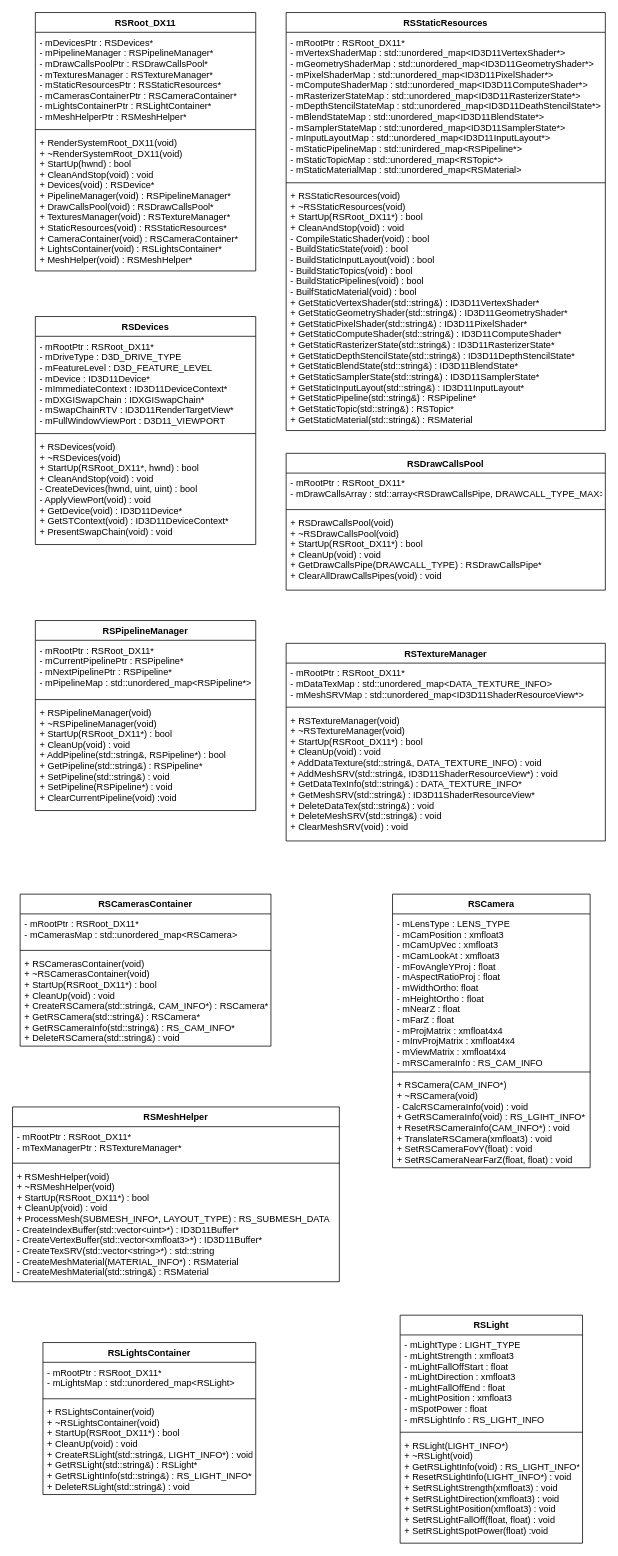
HIBICUS-CAI/PreWorkRenderEngine keeps this draw.io diagram as page "Root" (4 of 5) of Render.drawio. Above is the earlier version. Source tidied: cells renumbered, new cells numbered last; positions are measured from the earlier drawing's top-left corner, leaving out a move shared by most shapes. Both pictures are drawn from the tidied source at 76%, with x=0, y=0 at pixel (12, 12).
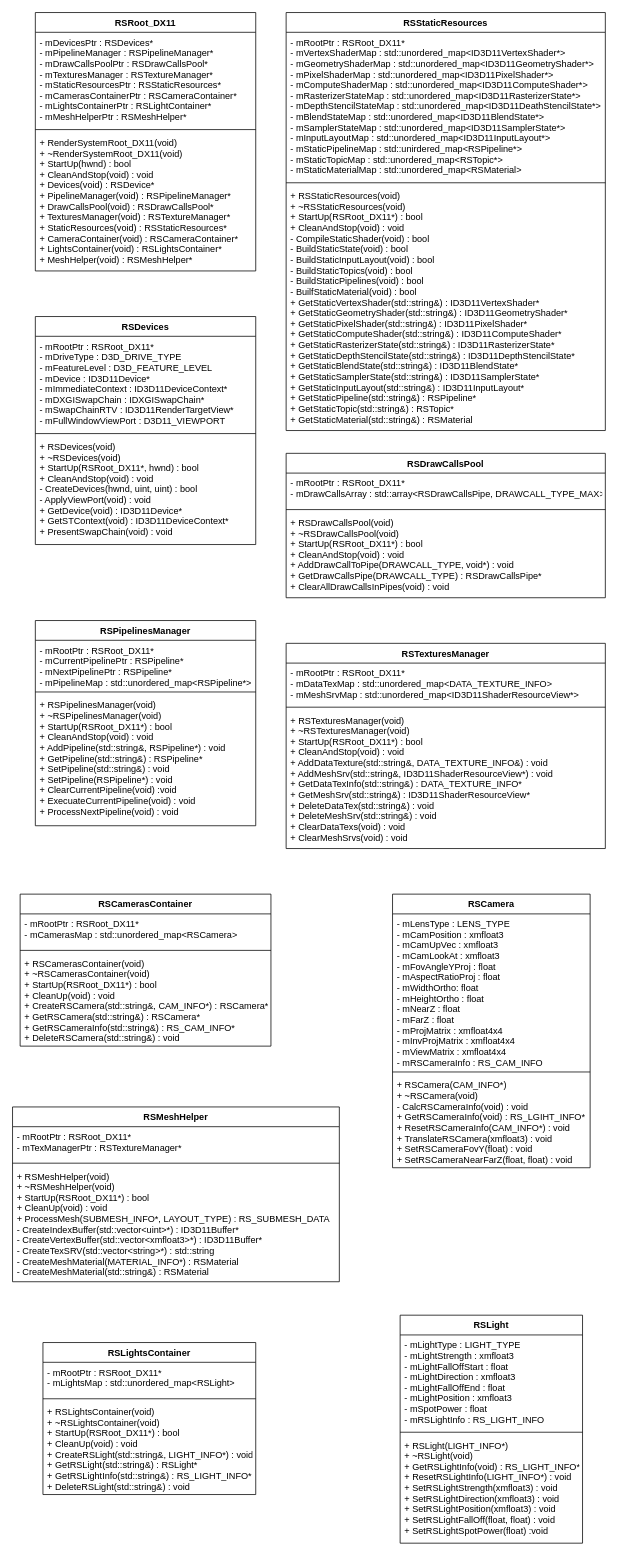
The same page after the edit.

The edit, as a diff of the source:
```diff
@@
-    <mxCell id="14" value="RSPipelineManager" style="swimlane;fontStyle=1;align=center;verticalAlign=top;horizontal=1;startSize=26;" parent="1" vertex="1">
-      <mxGeometry x="30" y="800" width="290" height="250" as="geometry" />
+    <mxCell id="14" value="RSPipelinesManager" style="swimlane;fontStyle=1;align=center;verticalAlign=top;horizontal=1;startSize=26;" parent="1" vertex="1">
+      <mxGeometry x="30" y="800" width="290" height="270" as="geometry" />
     </mxCell>
     <mxCell id="15" value="- mRootPtr : RSRoot_DX11*&#10;- mCurrentPipelinePtr : RSPipeline*&#10;- mNextPipelinePtr : RSPipeline*&#10;- mPipelineMap : std::unordered_map&lt;RSPipeline*&gt;" style="text;strokeColor=none;fillColor=none;align=left;verticalAlign=top;spacingLeft=4;spacingRight=4;overflow=hidden;" parent="14" vertex="1">
-      <mxGeometry y="26" width="290" height="74" as="geometry" />
+      <mxGeometry y="26" width="290" height="64" as="geometry" />
     </mxCell>
     <mxCell id="16" style="line;strokeWidth=1;fillColor=none;align=left;verticalAlign=middle;spacingTop=-1;spacingLeft=3;spacingRight=3;labelPosition=right;" parent="14" vertex="1">
-      <mxGeometry y="100" width="290" height="8" as="geometry" />
+      <mxGeometry y="90" width="290" height="8" as="geometry" />
     </mxCell>
-    <mxCell id="17" value="+ RSPipelineManager(void)&#10;+ ~RSPipelineManager(void)&#10;+ StartUp(RSRoot_DX11*) : bool&#10;+ CleanUp(void) : void&#10;+ AddPipeline(std::string&amp;, RSPipeline*) : bool&#10;+ GetPipeline(std::string&amp;) : RSPipeline*&#10;+ SetPipeline(std::string&amp;) : void&#10;+ SetPipeline(RSPipeline*) : void&#10;+ ClearCurrentPipeline(void) :void" style="text;strokeColor=none;fillColor=none;align=left;verticalAlign=top;spacingLeft=4;spacingRight=4;overflow=hidden;" parent="14" vertex="1">
-      <mxGeometry y="108" width="290" height="142" as="geometry" />
+    <mxCell id="17" value="+ RSPipelinesManager(void)&#10;+ ~RSPipelinesManager(void)&#10;+ StartUp(RSRoot_DX11*) : bool&#10;+ CleanAndStop(void) : void&#10;+ AddPipeline(std::string&amp;, RSPipeline*) : void&#10;+ GetPipeline(std::string&amp;) : RSPipeline*&#10;+ SetPipeline(std::string&amp;) : void&#10;+ SetPipeline(RSPipeline*) : void&#10;+ ClearCurrentPipeline(void) :void&#10;+ ExecuateCurrentPipeline(void) : void&#10;+ ProcessNextPipeline(void) : void" style="text;strokeColor=none;fillColor=none;align=left;verticalAlign=top;spacingLeft=4;spacingRight=4;overflow=hidden;" parent="14" vertex="1">
+      <mxGeometry y="98" width="290" height="172" as="geometry" />
     </mxCell>
     <mxCell id="18" value="RSDrawCallsPool" style="swimlane;fontStyle=1;align=center;verticalAlign=top;horizontal=1;startSize=26;" parent="1" vertex="1">
-      <mxGeometry x="360" y="580" width="420" height="180" as="geometry" />
+      <mxGeometry x="360" y="580" width="420" height="190" as="geometry" />
     </mxCell>
@@
-    <mxCell id="21" value="+ RSDrawCallsPool(void)&#10;+ ~RSDrawCallsPool(void)&#10;+ StartUp(RSRoot_DX11*) : bool&#10;+ CleanUp(void) : void&#10;+ GetDrawCallsPipe(DRAWCALL_TYPE) : RSDrawCallsPipe*&#10;+ ClearAllDrawCallsPipes(void) : void" style="text;strokeColor=none;fillColor=none;align=left;verticalAlign=top;spacingLeft=4;spacingRight=4;overflow=hidden;" parent="18" vertex="1">
-      <mxGeometry y="78" width="420" height="102" as="geometry" />
+    <mxCell id="21" value="+ RSDrawCallsPool(void)&#10;+ ~RSDrawCallsPool(void)&#10;+ StartUp(RSRoot_DX11*) : bool&#10;+ CleanAndStop(void) : void&#10;+ AddDrawCallToPipe(DRAWCALL_TYPE, void*) : void&#10;+ GetDrawCallsPipe(DRAWCALL_TYPE) : RSDrawCallsPipe*&#10;+ ClearAllDrawCallsInPipes(void) : void" style="text;strokeColor=none;fillColor=none;align=left;verticalAlign=top;spacingLeft=4;spacingRight=4;overflow=hidden;" parent="18" vertex="1">
+      <mxGeometry y="78" width="420" height="112" as="geometry" />
     </mxCell>
-    <mxCell id="22" value="RSTextureManager" style="swimlane;fontStyle=1;align=center;verticalAlign=top;horizontal=1;startSize=26;" parent="1" vertex="1">
-      <mxGeometry x="360" y="830" width="420" height="260" as="geometry" />
+    <mxCell id="22" value="RSTexturesManager" style="swimlane;fontStyle=1;align=center;verticalAlign=top;horizontal=1;startSize=26;" parent="1" vertex="1">
+      <mxGeometry x="360" y="830" width="420" height="270" as="geometry" />
     </mxCell>
-    <mxCell id="23" value="- mRootPtr : RSRoot_DX11*&#10;- mDataTexMap : std::unordered_map&lt;DATA_TEXTURE_INFO&gt;&#10;- mMeshSRVMap : std::unordered_map&lt;ID3D11ShaderResourceView*&gt;" style="text;strokeColor=none;fillColor=none;align=left;verticalAlign=top;spacingLeft=4;spacingRight=4;overflow=hidden;" parent="22" vertex="1">
+    <mxCell id="23" value="- mRootPtr : RSRoot_DX11*&#10;- mDataTexMap : std::unordered_map&lt;DATA_TEXTURE_INFO&gt;&#10;- mMeshSrvMap : std::unordered_map&lt;ID3D11ShaderResourceView*&gt;" style="text;strokeColor=none;fillColor=none;align=left;verticalAlign=top;spacingLeft=4;spacingRight=4;overflow=hidden;" parent="22" vertex="1">
       <mxGeometry y="26" width="420" height="54" as="geometry" />
     </mxCell>
@@
-    <mxCell id="25" value="+ RSTextureManager(void)&#10;+ ~RSTextureManager(void)&#10;+ StartUp(RSRoot_DX11*) : bool&#10;+ CleanUp(void) : void&#10;+ AddDataTexture(std::string&amp;, DATA_TEXTURE_INFO) : void&#10;+ AddMeshSRV(std::string&amp;, ID3D11ShaderResourceView*) : void&#10;+ GetDataTexInfo(std::string&amp;) : DATA_TEXTURE_INFO*&#10;+ GetMeshSRV(std::string&amp;) : ID3D11ShaderResourceView*&#10;+ DeleteDataTex(std::string&amp;) : void&#10;+ DeleteMeshSRV(std::string&amp;) : void&#10;+ ClearMeshSRV(void) : void" style="text;strokeColor=none;fillColor=none;align=left;verticalAlign=top;spacingLeft=4;spacingRight=4;overflow=hidden;" parent="22" vertex="1">
-      <mxGeometry y="88" width="420" height="172" as="geometry" />
+    <mxCell id="25" value="+ RSTexturesManager(void)&#10;+ ~RSTexturesManager(void)&#10;+ StartUp(RSRoot_DX11*) : bool&#10;+ CleanAndStop(void) : void&#10;+ AddDataTexture(std::string&amp;, DATA_TEXTURE_INFO&amp;) : void&#10;+ AddMeshSrv(std::string&amp;, ID3D11ShaderResourceView*) : void&#10;+ GetDataTexInfo(std::string&amp;) : DATA_TEXTURE_INFO*&#10;+ GetMeshSrv(std::string&amp;) : ID3D11ShaderResourceView*&#10;+ DeleteDataTex(std::string&amp;) : void&#10;+ DeleteMeshSrv(std::string&amp;) : void&#10;+ ClearDataTexs(void) : void&#10;+ ClearMeshSrvs(void) : void" style="text;strokeColor=none;fillColor=none;align=left;verticalAlign=top;spacingLeft=4;spacingRight=4;overflow=hidden;" parent="22" vertex="1">
+      <mxGeometry y="88" width="420" height="182" as="geometry" />
     </mxCell>
```
